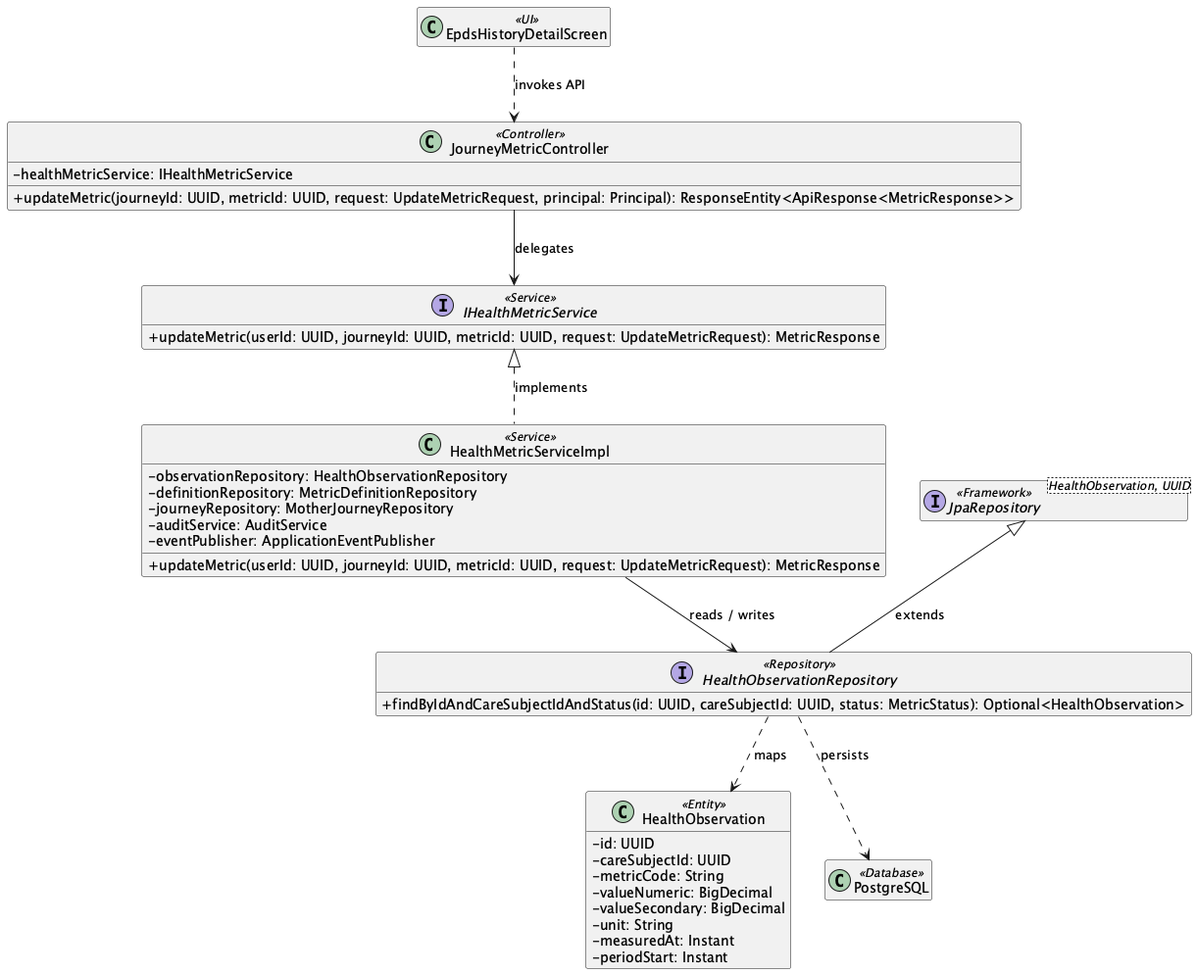
Before: 03_Design/Detailed_Design/MF02_Mother_Care_Journey/images/06_EPDS_Screening_History_and_Family_Notification_ClassDiagram.png, a diagram exported from PlantUML (ChuongBDHE172784/CareBridge_SEP490_G79).
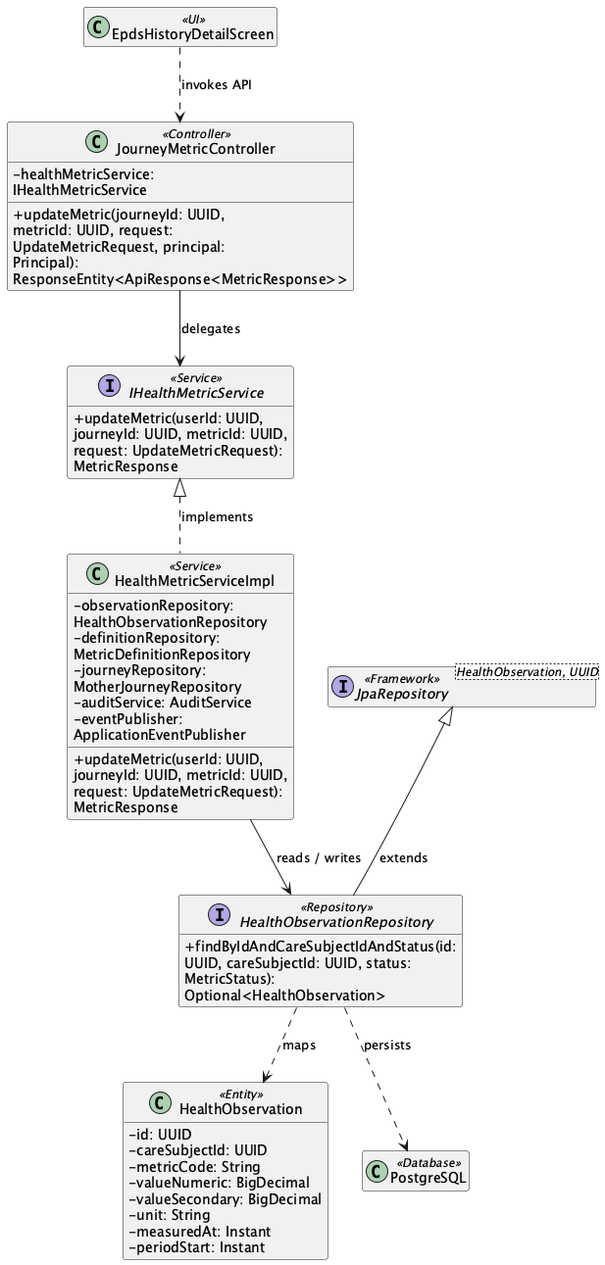
The same diagram one commit later.

What changed in the source:
```diff
@@ -1,5 +1,6 @@
-@startuml
+@startuml ClassDiagram_06EPDSScreeningHistoryandFamilyNotification
 skinparam classAttributeIconSize 0
+skinparam wrapWidth 250
 hide empty members
 
 class "EpdsHistoryDetailScreen" as UIEpdsHistoryDetailScreen <<UI>>
```
